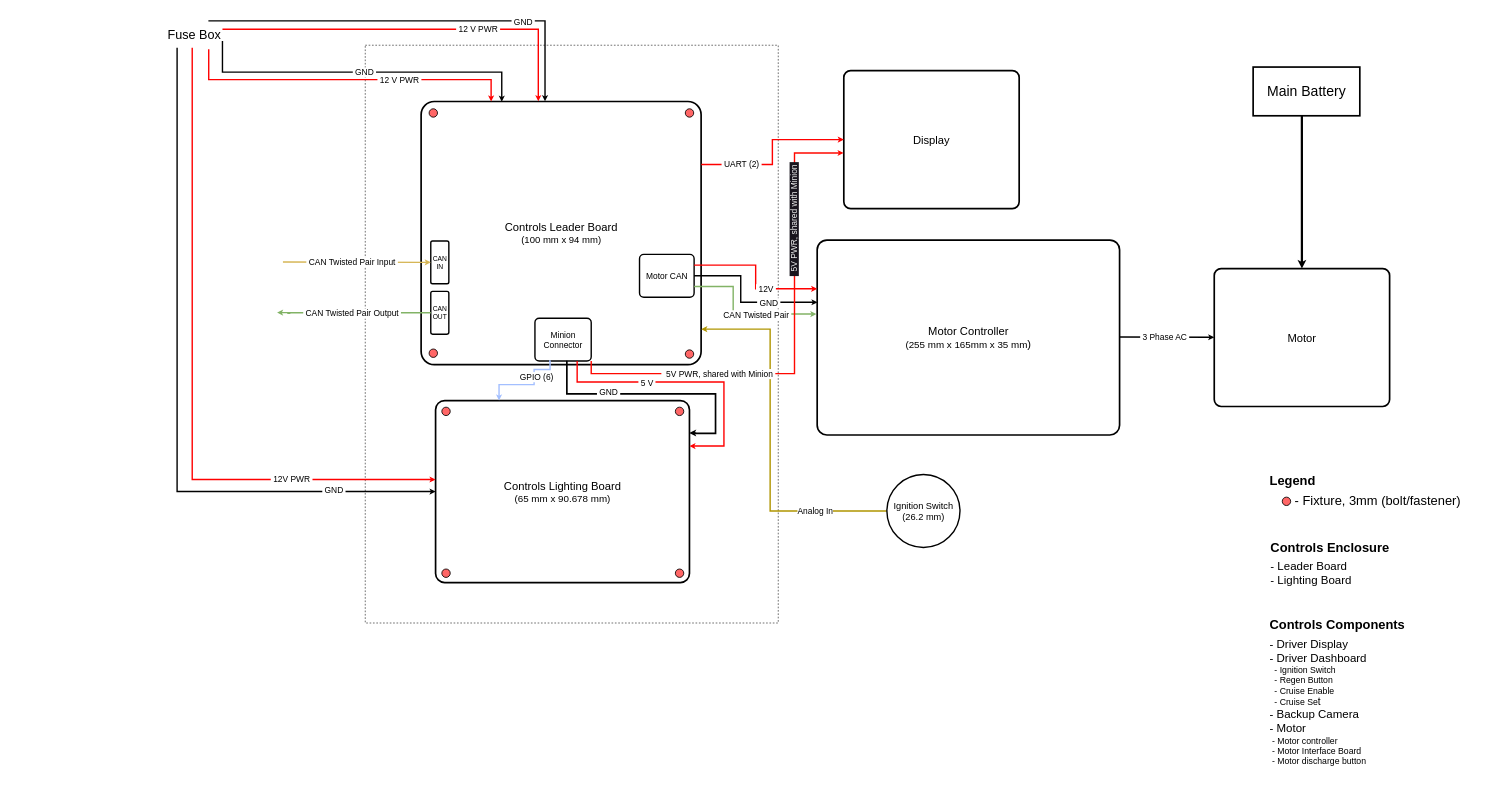
The draw.io diagram page "Controls_Master" (2 of 7) of Master Wire Diagram_V3.drawio in lhr-solar/WireWorld, before the edit. Source tidied: cells renumbered, new cells numbered last; positions are measured from the earlier drawing's top-left corner, leaving out a move shared by most shapes. Both pictures are drawn from the tidied source at 28%, with x=0, y=0 at pixel (166, 21).
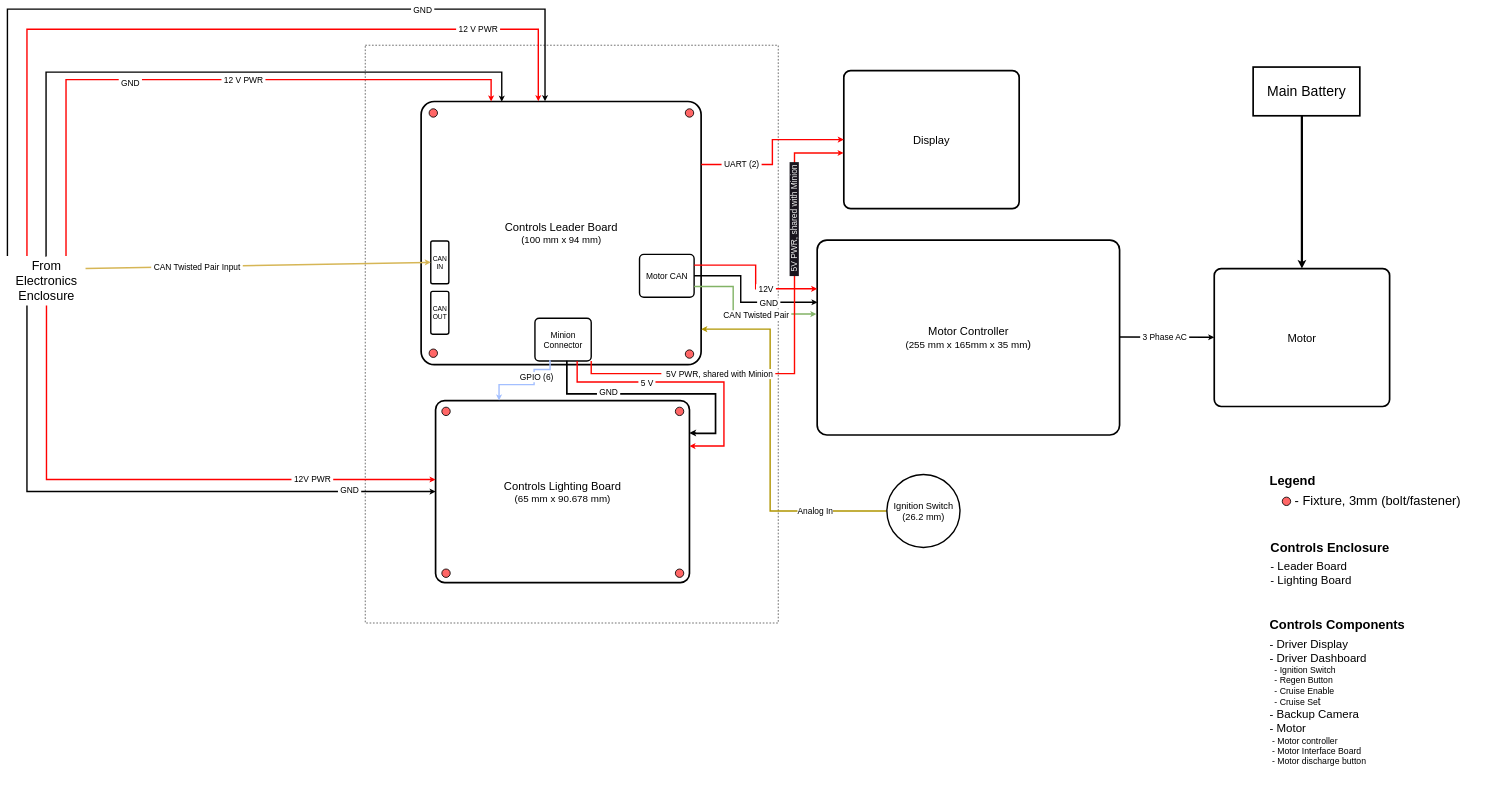
The same page after the edit.

Commit message (it also covers changes not shown here):
changed from Fusebox to Electronics Enclosure

The change refers to these unchanged cells:
```xml
<mxCell id="4" value="&lt;font style=&quot;&quot;&gt;&lt;span style=&quot;font-size: 40px;&quot;&gt;Controls Lighting Board&lt;/span&gt;&lt;br&gt;&lt;font style=&quot;font-size: 35px;&quot;&gt;(65 mm x 90.678 mm)&lt;/font&gt;&lt;br&gt;&lt;/font&gt;" style="rounded=1;whiteSpace=wrap;html=1;rotation=90;horizontal=0;arcSize=5;strokeWidth=6;" parent="3" vertex="1">
  <mxGeometry x="128.3" y="-128.3" width="650" height="906.7" as="geometry" />
</mxCell>
<mxCell id="10" value="&lt;font style=&quot;&quot;&gt;&lt;font style=&quot;font-size: 40px;&quot;&gt;Controls &lt;/font&gt;&lt;font style=&quot;&quot;&gt;&lt;span style=&quot;font-size: 40px;&quot;&gt;Leader Board&lt;/span&gt;&lt;br&gt;&lt;font style=&quot;font-size: 34px;&quot;&gt;(100 mm x 94 mm)&lt;/font&gt;&lt;br&gt;&lt;/font&gt;&lt;/font&gt;" style="rounded=1;whiteSpace=wrap;html=1;fillColor=default;arcSize=5;fillOpacity=100;strokeWidth=6;" parent="9" vertex="1">
  <mxGeometry width="1000" height="940" as="geometry" />
</mxCell>
<mxCell id="17" value="&lt;font style=&quot;font-size: 24px;&quot;&gt;CAN OUT&lt;/font&gt;" style="rounded=1;whiteSpace=wrap;html=1;arcSize=10;strokeWidth=5;" parent="9" vertex="1">
  <mxGeometry x="34.5" y="678" width="64.5" height="153" as="geometry" />
</mxCell>
<mxCell id="18" value="&lt;font style=&quot;font-size: 24px;&quot;&gt;CAN IN&lt;/font&gt;" style="rounded=1;whiteSpace=wrap;html=1;arcSize=10;strokeWidth=5;" parent="9" vertex="1">
  <mxGeometry x="34.5" y="498" width="64.5" height="153" as="geometry" />
</mxCell>
```

The edit, as a diff of the source:
```diff
@@
-    <mxCell id="36" style="edgeStyle=orthogonalEdgeStyle;rounded=0;jettySize=auto;html=1;exitX=0;exitY=0.5;exitDx=0;exitDy=0;strokeWidth=5;fillColor=#d5e8d4;strokeColor=#82B366;" parent="1" edge="1" source="17">
-      <mxGeometry relative="1" as="geometry">
-        <mxPoint x="396" y="1042" as="targetPoint" />
-        <Array as="points">
-          <mxPoint x="435" y="1043" />
-          <mxPoint x="435" y="1044" />
-          <mxPoint x="441" y="1044" />
-          <mxPoint x="441" y="1042" />
-        </Array>
-      </mxGeometry>
-    </mxCell>
-    <mxCell id="37" value="&lt;font style=&quot;font-size: 30px;&quot;&gt;&amp;nbsp;CAN Twisted Pair Output&amp;nbsp;&lt;/font&gt;" style="edgeLabel;html=1;align=center;verticalAlign=middle;fontSize=30;" parent="36" vertex="1">
-      <mxGeometry y="2" relative="1" as="geometry" />
-    </mxCell>
-    <mxCell id="38" style="endArrow=classic;html=1;rounded=0;entryX=0;entryY=0.5;entryDx=0;entryDy=0;strokeWidth=5;fillColor=#fff2cc;strokeColor=#d6b656;" parent="1" edge="1" target="18">
-      <mxGeometry relative="1" as="geometry">
-        <mxPoint x="417" y="861" as="sourcePoint" />
-      </mxGeometry>
+    <mxCell id="38" style="endArrow=classic;html=1;rounded=0;entryX=0;entryY=0.5;entryDx=0;entryDy=0;strokeWidth=5;fillColor=#fff2cc;strokeColor=#d6b656;exitX=1;exitY=0.25;exitDx=0;exitDy=0;" parent="1" edge="1" source="69" target="18">
+      <mxGeometry relative="1" as="geometry" />
     </mxCell>
@@
-    <mxCell id="42" style="edgeStyle=orthogonalEdgeStyle;rounded=0;jettySize=auto;html=1;exitX=0.756;exitY=1.056;exitDx=0;exitDy=0;entryX=0.25;entryY=0;entryDx=0;entryDy=0;strokeWidth=5;fillColor=#f8cecc;strokeColor=#FF0000;exitPerimeter=0;" parent="1" edge="1" source="53" target="10">
+    <mxCell id="42" style="edgeStyle=orthogonalEdgeStyle;rounded=0;jettySize=auto;html=1;exitX=0.75;exitY=0;exitDx=0;exitDy=0;entryX=0.25;entryY=0;entryDx=0;entryDy=0;strokeWidth=5;fillColor=#f8cecc;strokeColor=#FF0000;" parent="1" edge="1" source="69" target="10">
       <mxGeometry relative="1" as="geometry">
         <Array as="points">
-          <mxPoint x="152" y="210" />
+          <mxPoint x="-358" y="210" />
           <mxPoint x="1161" y="210" />
         </Array>
       </mxGeometry>
     </mxCell>
@@
-    <mxCell id="44" style="edgeStyle=orthogonalEdgeStyle;rounded=0;jettySize=auto;html=1;exitX=1;exitY=0.75;exitDx=0;exitDy=0;entryX=0.288;entryY=0.001;entryDx=0;entryDy=0;entryPerimeter=0;strokeWidth=5;" parent="1" edge="1" source="53" target="10">
+    <mxCell id="44" style="edgeStyle=orthogonalEdgeStyle;rounded=0;jettySize=auto;html=1;exitX=0.5;exitY=0;exitDx=0;exitDy=0;entryX=0.288;entryY=0.001;entryDx=0;entryDy=0;entryPerimeter=0;strokeWidth=5;" parent="1" edge="1" source="69" target="10">
       <mxGeometry relative="1" as="geometry">
         <Array as="points">
-          <mxPoint x="201" y="183" />
+          <mxPoint x="-429" y="840" />
+          <mxPoint x="-429" y="183" />
           <mxPoint x="1199" y="183" />
         </Array>
       </mxGeometry>
     </mxCell>
@@
-    <mxCell id="46" style="edgeStyle=orthogonalEdgeStyle;rounded=0;jettySize=auto;html=1;fillColor=#e51400;strokeColor=#ff0000;strokeWidth=5;" parent="1" edge="1" source="53">
+    <mxCell id="46" style="edgeStyle=orthogonalEdgeStyle;rounded=0;jettySize=auto;html=1;fillColor=#e51400;strokeColor=#ff0000;strokeWidth=5;exitX=0.5;exitY=1;exitDx=0;exitDy=0;" parent="1" edge="1" source="69">
       <mxGeometry relative="1" as="geometry">
         <mxPoint x="962" y="1638" as="targetPoint" />
         <Array as="points">
-          <mxPoint x="93" y="1638" />
-          <mxPoint x="962" y="1638" />
+          <mxPoint x="-427" y="1638" />
         </Array>
       </mxGeometry>
     </mxCell>
@@
-    <mxCell id="48" style="edgeStyle=orthogonalEdgeStyle;rounded=0;jettySize=auto;html=1;entryX=0.5;entryY=1;entryDx=0;entryDy=0;strokeWidth=5;" parent="1" edge="1" source="53" target="4">
+    <mxCell id="48" style="edgeStyle=orthogonalEdgeStyle;rounded=0;jettySize=auto;html=1;entryX=0.5;entryY=1;entryDx=0;entryDy=0;strokeWidth=5;exitX=0.25;exitY=1;exitDx=0;exitDy=0;" parent="1" edge="1" source="69" target="4">
       <mxGeometry relative="1" as="geometry">
         <Array as="points">
-          <mxPoint x="39" y="1681" />
+          <mxPoint x="-497" y="1681" />
         </Array>
       </mxGeometry>
     </mxCell>
@@
-    <mxCell id="50" style="edgeStyle=orthogonalEdgeStyle;rounded=0;jettySize=auto;html=1;exitX=0.75;exitY=0;exitDx=0;exitDy=0;strokeWidth=5;" parent="1" edge="1" source="53">
+    <mxCell id="50" style="edgeStyle=orthogonalEdgeStyle;rounded=0;jettySize=auto;html=1;exitX=0;exitY=0;exitDx=0;exitDy=0;strokeWidth=5;" parent="1" edge="1" source="69">
       <mxGeometry relative="1" as="geometry">
         <mxPoint x="1353" y="287" as="targetPoint" />
         <Array as="points">
-          <mxPoint x="1353" />
-          <mxPoint x="1353" y="287" />
+          <mxPoint x="-567" y="-42" />
+          <mxPoint x="1353" y="-42" />
         </Array>
       </mxGeometry>
     </mxCell>
@@
-    <mxCell id="52" style="edgeStyle=orthogonalEdgeStyle;rounded=0;jettySize=auto;html=1;exitX=1;exitY=0.313;exitDx=0;exitDy=0;strokeWidth=5;strokeColor=#FF0000;exitPerimeter=0;" parent="1" edge="1" source="53">
+    <mxCell id="52" style="edgeStyle=orthogonalEdgeStyle;rounded=0;jettySize=auto;html=1;exitX=0.25;exitY=0;exitDx=0;exitDy=0;strokeWidth=5;strokeColor=#FF0000;" parent="1" edge="1" source="69">
       <mxGeometry relative="1" as="geometry">
         <mxPoint x="1329" y="287" as="targetPoint" />
         <Array as="points">
+          <mxPoint x="-497" y="30" />
           <mxPoint x="1329" y="30" />
-          <mxPoint x="1329" y="287" />
         </Array>
       </mxGeometry>
     </mxCell>
-    <mxCell id="53" value="Fuse Box" style="text;html=1;strokeColor=none;fillColor=none;align=center;verticalAlign=middle;whiteSpace=wrap;rounded=0;fontSize=45;" parent="1" vertex="1">
-      <mxGeometry width="201" height="96" as="geometry" />
-    </mxCell>
@@
+    <mxCell id="69" value="From Electronics Enclosure" style="text;html=1;strokeColor=none;fillColor=none;align=center;verticalAlign=middle;whiteSpace=wrap;rounded=0;fontSize=45;" parent="1" vertex="1">
+      <mxGeometry x="-567" y="840" width="279" height="177" as="geometry" />
+    </mxCell>
```
